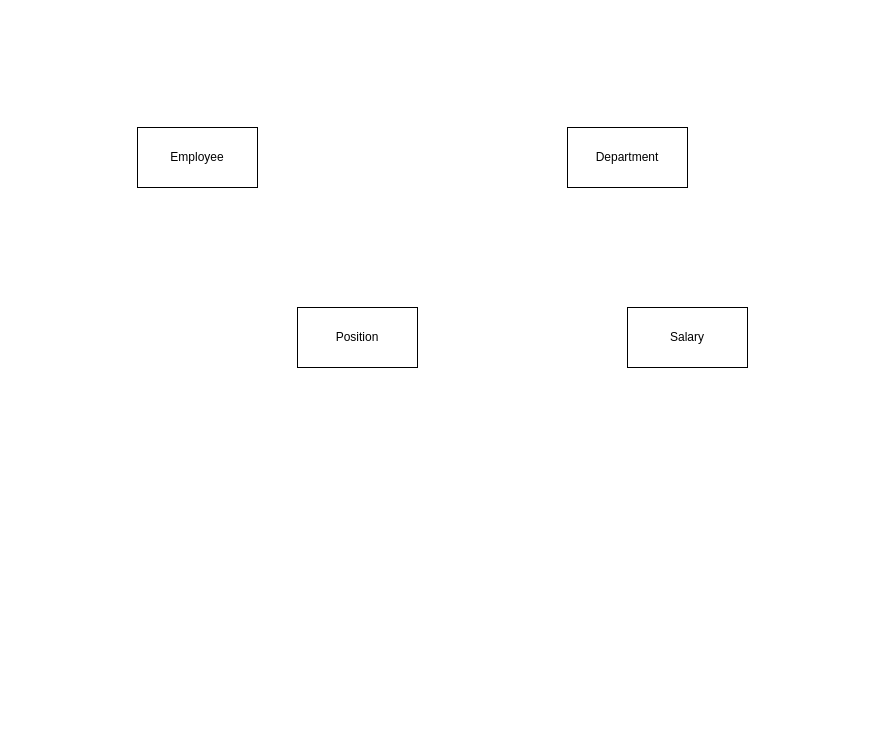
Before: QLNS.drawio in dodangtuan/baitestjava1, a draw.io diagram. Source tidied: cells renumbered, new cells numbered last; positions are measured from the earlier drawing's top-left corner, leaving out a move shared by most shapes. Both pictures are drawn from the tidied source at 100%, with x=0, y=0 at pixel (137, 127).
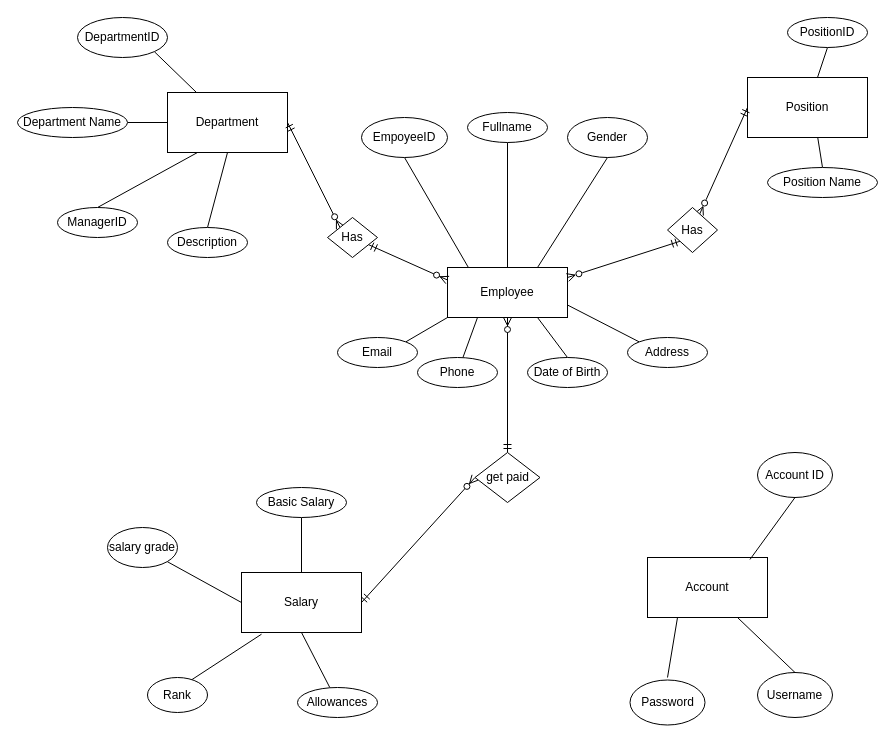
After the change.

Commit message:
Cập nhật QLNS.drawio

What changed in the source:
```diff
@@
+    <mxCell id="6" style="rounded=0;jettySize=auto;html=1;exitX=0.25;exitY=1;exitDx=0;exitDy=0;endArrow=none;endFill=0;" parent="1" edge="1" source="2" target="20">
+      <mxGeometry relative="1" as="geometry" />
+    </mxCell>
+    <mxCell id="7" style="rounded=0;jettySize=auto;html=1;exitX=0.75;exitY=1;exitDx=0;exitDy=0;entryX=0.5;entryY=0;entryDx=0;entryDy=0;endArrow=none;endFill=0;" parent="1" edge="1" source="2" target="23">
+      <mxGeometry relative="1" as="geometry" />
+    </mxCell>
     <mxCell id="2" value="Employee " style="rounded=0;whiteSpace=wrap;html=1;" parent="1" vertex="1">
-      <mxGeometry width="120" height="60" as="geometry" />
+      <mxGeometry x="310" y="140" width="120" height="50" as="geometry" />
     </mxCell>
+    <mxCell id="8" style="rounded=0;jettySize=auto;html=1;exitX=0;exitY=1;exitDx=0;exitDy=0;startArrow=ERmandOne;startFill=0;endArrow=ERzeroToMany;endFill=0;" parent="1" edge="1" source="46">
+      <mxGeometry relative="1" as="geometry">
+        <mxPoint x="430" y="150" as="targetPoint" />
+      </mxGeometry>
+    </mxCell>
+    <mxCell id="4" value="Position" style="rounded=0;whiteSpace=wrap;html=1;" parent="1" vertex="1">
+      <mxGeometry x="610" y="-50" width="120" height="60" as="geometry" />
+    </mxCell>
+    <mxCell id="9" style="rounded=0;jettySize=auto;html=1;exitX=0.5;exitY=1;exitDx=0;exitDy=0;endArrow=none;endFill=0;" parent="1" edge="1" source="5" target="36">
+      <mxGeometry relative="1" as="geometry" />
+    </mxCell>
+    <mxCell id="5" value="Salary " style="rounded=0;whiteSpace=wrap;html=1;" parent="1" vertex="1">
+      <mxGeometry x="104" y="445" width="120" height="60" as="geometry" />
+    </mxCell>
+    <mxCell id="10" style="rounded=0;jettySize=auto;html=1;exitX=0.25;exitY=1;exitDx=0;exitDy=0;entryX=0.5;entryY=0;entryDx=0;entryDy=0;endArrow=none;endFill=0;" parent="1" edge="1" source="3" target="28">
+      <mxGeometry relative="1" as="geometry" />
+    </mxCell>
+    <mxCell id="11" style="rounded=0;jettySize=auto;html=1;exitX=0.5;exitY=1;exitDx=0;exitDy=0;entryX=0.5;entryY=0;entryDx=0;entryDy=0;endArrow=none;endFill=0;" parent="1" edge="1" source="3" target="29">
+      <mxGeometry relative="1" as="geometry" />
+    </mxCell>
-    <mxCell id="3" value="Department" style="rounded=0;whiteSpace=wrap;html=1;" parent="1" vertex="1">
-      <mxGeometry x="430" width="120" height="60" as="geometry" />
+    <mxCell id="3" value="Department" style="rounded=0;whiteSpace=wrap;html=1;glass=0;" parent="1" vertex="1">
+      <mxGeometry x="30" y="-35" width="120" height="60" as="geometry" />
     </mxCell>
-    <mxCell id="4" value="Position" style="rounded=0;whiteSpace=wrap;html=1;" parent="1" vertex="1">
-      <mxGeometry x="160" y="180" width="120" height="60" as="geometry" />
-    </mxCell>
-    <mxCell id="5" value="Salary " style="rounded=0;whiteSpace=wrap;html=1;" parent="1" vertex="1">
-      <mxGeometry x="490" y="180" width="120" height="60" as="geometry" />
-    </mxCell>
+    <mxCell id="12" style="fontSize=12;html=1;endArrow=ERzeroToMany;startArrow=ERmandOne;rounded=0;entryX=0;entryY=0.25;entryDx=0;entryDy=0;" parent="1" edge="1" source="44" target="2">
+      <mxGeometry relative="1" as="geometry" />
+    </mxCell>
+    <mxCell id="13" style="fontSize=12;html=1;endArrow=ERzeroToMany;startArrow=ERmandOne;rounded=0;elbow=vertical;entryX=0.5;entryY=1;entryDx=0;entryDy=0;exitX=0.5;exitY=0;exitDx=0;exitDy=0;" parent="1" edge="1" source="42" target="2">
+      <mxGeometry relative="1" as="geometry" />
+    </mxCell>
+    <mxCell id="14" style="rounded=0;jettySize=auto;html=1;exitX=0.5;exitY=1;exitDx=0;exitDy=0;entryX=0.172;entryY=-0.009;entryDx=0;entryDy=0;entryPerimeter=0;endArrow=none;endFill=0;" parent="1" edge="1" source="15" target="2">
+      <mxGeometry relative="1" as="geometry" />
+    </mxCell>
+    <mxCell id="15" value="EmpoyeeID" style="ellipse;whiteSpace=wrap;html=1;" parent="1" vertex="1">
+      <mxGeometry x="224" y="-10" width="86" height="40" as="geometry" />
+    </mxCell>
+    <mxCell id="16" style="rounded=0;jettySize=auto;html=1;exitX=0.5;exitY=1;exitDx=0;exitDy=0;endArrow=none;endFill=0;" parent="1" edge="1" source="17" target="2">
+      <mxGeometry relative="1" as="geometry" />
+    </mxCell>
+    <mxCell id="17" value="Fullname" style="ellipse;whiteSpace=wrap;html=1;" parent="1" vertex="1">
+      <mxGeometry x="330" y="-15" width="80" height="30" as="geometry" />
+    </mxCell>
+    <mxCell id="18" style="rounded=0;jettySize=auto;html=1;exitX=0.5;exitY=1;exitDx=0;exitDy=0;entryX=0.75;entryY=0;entryDx=0;entryDy=0;endArrow=none;endFill=0;" parent="1" edge="1" source="19" target="2">
+      <mxGeometry relative="1" as="geometry" />
+    </mxCell>
+    <mxCell id="19" value="Gender" style="ellipse;whiteSpace=wrap;html=1;" parent="1" vertex="1">
+      <mxGeometry x="430" y="-10" width="80" height="40" as="geometry" />
+    </mxCell>
+    <mxCell id="20" value="Phone" style="ellipse;whiteSpace=wrap;html=1;" parent="1" vertex="1">
+      <mxGeometry x="280" y="230" width="80" height="30" as="geometry" />
+    </mxCell>
+    <mxCell id="21" style="rounded=0;jettySize=auto;html=1;exitX=0;exitY=0;exitDx=0;exitDy=0;entryX=1;entryY=0.75;entryDx=0;entryDy=0;endArrow=none;endFill=0;" parent="1" edge="1" source="22" target="2">
+      <mxGeometry relative="1" as="geometry" />
+    </mxCell>
+    <mxCell id="22" value="Address" style="ellipse;whiteSpace=wrap;html=1;" parent="1" vertex="1">
+      <mxGeometry x="490" y="210" width="80" height="30" as="geometry" />
+    </mxCell>
+    <mxCell id="23" value="Date of Birth" style="ellipse;whiteSpace=wrap;html=1;" parent="1" vertex="1">
+      <mxGeometry x="390" y="230" width="80" height="30" as="geometry" />
+    </mxCell>
+    <mxCell id="24" style="rounded=0;jettySize=auto;html=1;exitX=1;exitY=1;exitDx=0;exitDy=0;endArrow=none;endFill=0;" parent="1" edge="1" source="25" target="3">
+      <mxGeometry relative="1" as="geometry" />
+    </mxCell>
+    <mxCell id="25" value="DepartmentID" style="ellipse;whiteSpace=wrap;html=1;" parent="1" vertex="1">
+      <mxGeometry x="-60" y="-110" width="90" height="40" as="geometry" />
+    </mxCell>
+    <mxCell id="26" style="rounded=0;jettySize=auto;html=1;exitX=1;exitY=0.5;exitDx=0;exitDy=0;entryX=0;entryY=0.5;entryDx=0;entryDy=0;endArrow=none;endFill=0;" parent="1" edge="1" source="27" target="3">
+      <mxGeometry relative="1" as="geometry" />
+    </mxCell>
+    <mxCell id="27" value="Department Name" style="ellipse;whiteSpace=wrap;html=1;" parent="1" vertex="1">
+      <mxGeometry x="-120" y="-20" width="110" height="30" as="geometry" />
+    </mxCell>
+    <mxCell id="28" value="ManagerID" style="ellipse;whiteSpace=wrap;html=1;" parent="1" vertex="1">
+      <mxGeometry x="-80" y="80" width="80" height="30" as="geometry" />
+    </mxCell>
+    <mxCell id="29" value="Description" style="ellipse;whiteSpace=wrap;html=1;" parent="1" vertex="1">
+      <mxGeometry x="30" y="100" width="80" height="30" as="geometry" />
+    </mxCell>
+    <mxCell id="30" style="rounded=0;jettySize=auto;html=1;exitX=0.5;exitY=1;exitDx=0;exitDy=0;endArrow=none;endFill=0;" parent="1" edge="1" source="31" target="4">
+      <mxGeometry relative="1" as="geometry" />
+    </mxCell>
+    <mxCell id="31" value="PositionID" style="ellipse;whiteSpace=wrap;html=1;" parent="1" vertex="1">
+      <mxGeometry x="650" y="-110" width="80" height="30" as="geometry" />
+    </mxCell>
+    <mxCell id="32" style="rounded=0;jettySize=auto;html=1;exitX=0.5;exitY=0;exitDx=0;exitDy=0;entryX=0.585;entryY=0.996;entryDx=0;entryDy=0;entryPerimeter=0;endArrow=none;endFill=0;" parent="1" edge="1" source="33" target="4">
+      <mxGeometry relative="1" as="geometry" />
+    </mxCell>
+    <mxCell id="33" value="Position Name" style="ellipse;whiteSpace=wrap;html=1;" parent="1" vertex="1">
+      <mxGeometry x="630" y="40" width="110" height="30" as="geometry" />
+    </mxCell>
+    <mxCell id="34" style="rounded=0;jettySize=auto;html=1;exitX=0.5;exitY=1;exitDx=0;exitDy=0;endArrow=none;endFill=0;entryX=0.5;entryY=0;entryDx=0;entryDy=0;" parent="1" edge="1" source="35" target="5">
+      <mxGeometry relative="1" as="geometry" />
+    </mxCell>
+    <mxCell id="35" value="Basic Salary" style="ellipse;whiteSpace=wrap;html=1;" parent="1" vertex="1">
+      <mxGeometry x="119" y="360" width="90" height="30" as="geometry" />
+    </mxCell>
+    <mxCell id="36" value="Allowances " style="ellipse;whiteSpace=wrap;html=1;" parent="1" vertex="1">
+      <mxGeometry x="160" y="560" width="80" height="30" as="geometry" />
+    </mxCell>
+    <mxCell id="37" style="rounded=0;jettySize=auto;html=1;exitX=0.722;exitY=0.081;exitDx=0;exitDy=0;entryX=0.167;entryY=1.028;entryDx=0;entryDy=0;entryPerimeter=0;endArrow=none;endFill=0;exitPerimeter=0;" parent="1" edge="1" source="38" target="5">
+      <mxGeometry relative="1" as="geometry" />
+    </mxCell>
+    <mxCell id="38" value="Rank" style="ellipse;whiteSpace=wrap;html=1;" parent="1" vertex="1">
+      <mxGeometry x="10" y="550" width="60" height="35" as="geometry" />
+    </mxCell>
+    <mxCell id="39" style="rounded=0;jettySize=auto;html=1;exitX=1;exitY=1;exitDx=0;exitDy=0;entryX=0;entryY=0.5;entryDx=0;entryDy=0;endArrow=none;endFill=0;" parent="1" edge="1" source="40" target="5">
+      <mxGeometry relative="1" as="geometry" />
+    </mxCell>
+    <mxCell id="40" value="salary grade" style="ellipse;whiteSpace=wrap;html=1;" parent="1" vertex="1">
+      <mxGeometry x="-30" y="400" width="70" height="40" as="geometry" />
+    </mxCell>
+    <mxCell id="41" style="fontSize=12;html=1;endArrow=ERzeroToMany;startArrow=ERmandOne;rounded=0;elbow=vertical;entryX=0;entryY=0.5;entryDx=0;entryDy=0;exitX=1;exitY=0.5;exitDx=0;exitDy=0;" parent="1" edge="1" source="5" target="42">
+      <mxGeometry relative="1" as="geometry" />
+    </mxCell>
+    <mxCell id="42" value="get paid" style="rhombus;whiteSpace=wrap;html=1;" parent="1" vertex="1">
+      <mxGeometry x="337.5" y="325" width="65" height="50" as="geometry" />
+    </mxCell>
+    <mxCell id="43" style="fontSize=12;html=1;endArrow=ERzeroToMany;startArrow=ERmandOne;rounded=0;exitX=1;exitY=0.5;exitDx=0;exitDy=0;entryX=0;entryY=0;entryDx=0;entryDy=0;" parent="1" edge="1" source="3" target="44">
+      <mxGeometry relative="1" as="geometry" />
+    </mxCell>
+    <mxCell id="44" value="Has" style="rhombus;whiteSpace=wrap;html=1;" parent="1" vertex="1">
+      <mxGeometry x="190" y="90" width="50" height="40" as="geometry" />
+    </mxCell>
+    <mxCell id="45" style="rounded=0;jettySize=auto;html=1;exitX=0;exitY=0.5;exitDx=0;exitDy=0;startArrow=ERmandOne;startFill=0;endArrow=ERzeroToMany;endFill=0;" parent="1" edge="1" source="4" target="46">
+      <mxGeometry relative="1" as="geometry" />
+    </mxCell>
+    <mxCell id="46" value="Has" style="rhombus;whiteSpace=wrap;html=1;" parent="1" vertex="1">
+      <mxGeometry x="530" y="80" width="50" height="45" as="geometry" />
+    </mxCell>
+    <mxCell id="47" style="edgeStyle=orthogonalEdgeStyle;rounded=0;orthogonalLoop=1;jettySize=auto;html=1;exitX=0.5;exitY=1;exitDx=0;exitDy=0;" parent="1" edge="1" source="23" target="23">
+      <mxGeometry relative="1" as="geometry" />
+    </mxCell>
+    <mxCell id="48" style="rounded=0;jettySize=auto;html=1;exitX=1;exitY=0;exitDx=0;exitDy=0;entryX=0;entryY=1;entryDx=0;entryDy=0;endArrow=none;endFill=0;" parent="1" edge="1" source="49" target="2">
+      <mxGeometry relative="1" as="geometry" />
+    </mxCell>
+    <mxCell id="49" value="Email" style="ellipse;whiteSpace=wrap;html=1;" parent="1" vertex="1">
+      <mxGeometry x="200" y="210" width="80" height="30" as="geometry" />
+    </mxCell>
+    <mxCell id="50" style="rounded=0;jettySize=auto;html=1;exitX=0.75;exitY=1;exitDx=0;exitDy=0;entryX=0.5;entryY=0;entryDx=0;entryDy=0;endArrow=none;endFill=0;" parent="1" edge="1" source="52" target="55">
+      <mxGeometry relative="1" as="geometry" />
+    </mxCell>
+    <mxCell id="51" style="rounded=0;jettySize=auto;html=1;exitX=0.25;exitY=1;exitDx=0;exitDy=0;endArrow=none;endFill=0;" parent="1" edge="1" source="52">
+      <mxGeometry relative="1" as="geometry">
+        <mxPoint x="530" y="550" as="targetPoint" />
+      </mxGeometry>
+    </mxCell>
+    <mxCell id="52" value="Account" style="rounded=0;whiteSpace=wrap;html=1;" parent="1" vertex="1">
+      <mxGeometry x="510" y="430" width="120" height="60" as="geometry" />
+    </mxCell>
+    <mxCell id="53" style="rounded=0;jettySize=auto;html=1;exitX=0.5;exitY=1;exitDx=0;exitDy=0;entryX=0.854;entryY=0.033;entryDx=0;entryDy=0;entryPerimeter=0;endArrow=none;endFill=0;" parent="1" edge="1" source="54" target="52">
+      <mxGeometry relative="1" as="geometry" />
+    </mxCell>
+    <mxCell id="54" value="Account ID" style="ellipse;whiteSpace=wrap;html=1;" parent="1" vertex="1">
+      <mxGeometry x="620" y="325" width="75" height="45" as="geometry" />
+    </mxCell>
+    <mxCell id="55" value="Username" style="ellipse;whiteSpace=wrap;html=1;" parent="1" vertex="1">
+      <mxGeometry x="620" y="545" width="75" height="45" as="geometry" />
+    </mxCell>
+    <mxCell id="56" value="Password" style="ellipse;whiteSpace=wrap;html=1;" parent="1" vertex="1">
+      <mxGeometry x="492.5" y="552.5" width="75" height="45" as="geometry" />
+    </mxCell>
```
